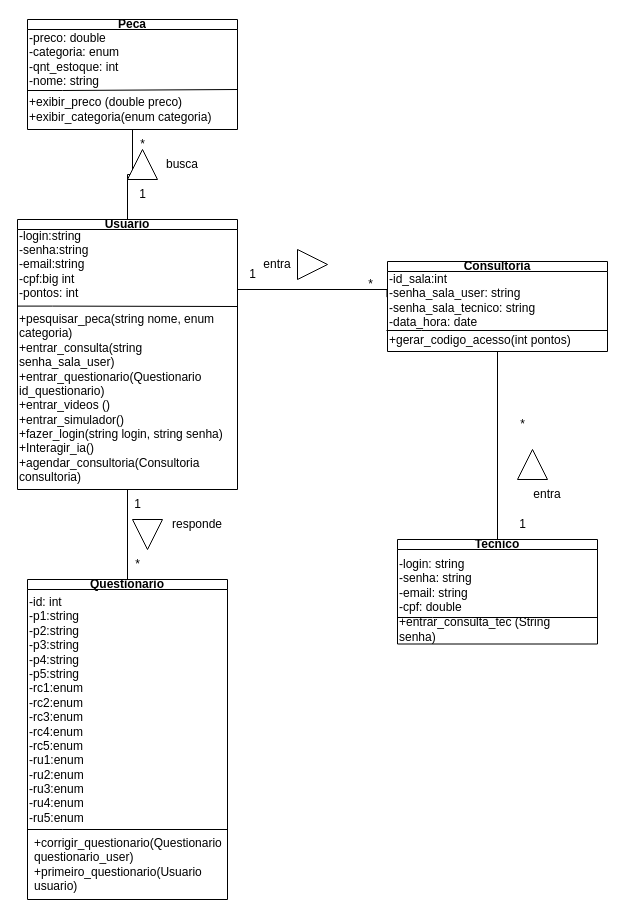
Above: page "Page-11" (11 of 12) of Diagrama sem nome.drawio in devguina/CEFET-Software_Engineering (draw.io), before the change. Source tidied: cells renumbered, new cells numbered last; positions are measured from the earlier drawing's top-left corner, leaving out a move shared by most shapes. Both pictures are drawn from the tidied source at 100%, with x=0, y=0 at pixel (17, 19).
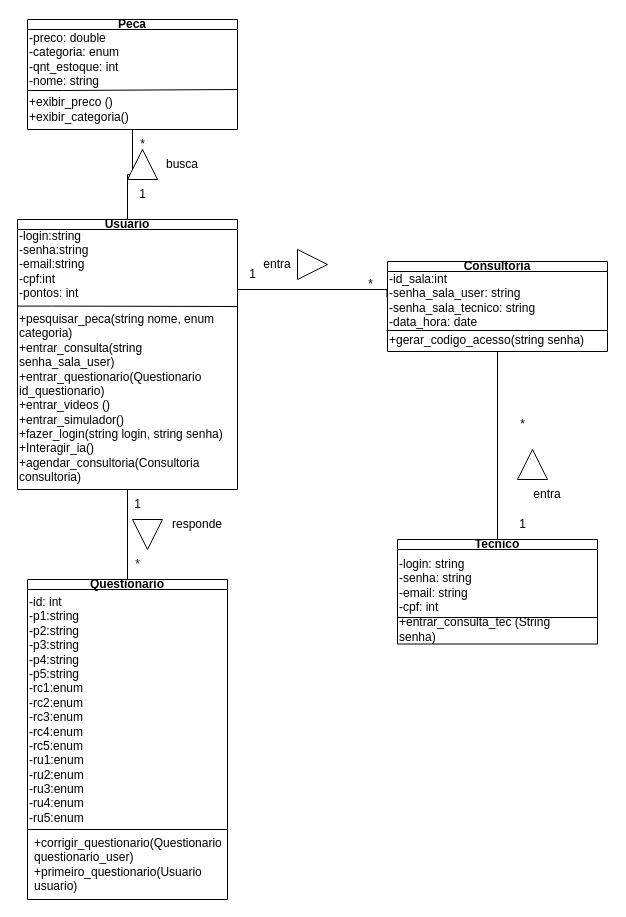
Above is the later version.

The change refers to these unchanged cells:
```xml
<mxCell id="3" value="Usuario" style="swimlane;whiteSpace=wrap;html=1;startSize=10;" parent="1" vertex="1">
  <mxGeometry y="200" width="220" height="270" as="geometry" />
</mxCell>
<mxCell id="16" value="Tecnico" style="swimlane;whiteSpace=wrap;html=1;startSize=10;" parent="1" vertex="1">
  <mxGeometry x="380" y="520" width="200" height="104.5" as="geometry" />
</mxCell>
<mxCell id="25" value="Peca" style="swimlane;whiteSpace=wrap;html=1;startSize=10;" parent="1" vertex="1">
  <mxGeometry x="10" width="210" height="110" as="geometry" />
</mxCell>
```

What changed in the source:
```diff
@@
-    <mxCell id="5" value="&lt;div&gt;-login:string&lt;/div&gt;&lt;div&gt;-senha:string&lt;/div&gt;&lt;div&gt;-email:string&lt;/div&gt;&lt;div&gt;-cpf:big int&lt;/div&gt;&lt;div&gt;-pontos: int&lt;/div&gt;" style="text;html=1;align=left;verticalAlign=middle;strokeColor=none;fillColor=none;" parent="3" vertex="1">
+    <mxCell id="5" value="&lt;div&gt;-login:string&lt;/div&gt;&lt;div&gt;-senha:string&lt;/div&gt;&lt;div&gt;-email:string&lt;/div&gt;&lt;div&gt;-cpf:int&lt;/div&gt;&lt;div&gt;-pontos: int&lt;/div&gt;" style="text;html=1;align=left;verticalAlign=middle;strokeColor=none;fillColor=none;" parent="3" vertex="1">
       <mxGeometry width="90" height="90" as="geometry" />
     </mxCell>
@@
-    <mxCell id="17" value="&lt;div&gt;-login: string&lt;/div&gt;&lt;div&gt;-senha: string&lt;/div&gt;&lt;div&gt;-email: string&lt;/div&gt;&lt;div&gt;-cpf: double&lt;/div&gt;" style="text;html=1;align=left;verticalAlign=middle;strokeColor=none;fillColor=none;" parent="16" vertex="1">
+    <mxCell id="17" value="&lt;div&gt;-login: string&lt;/div&gt;&lt;div&gt;-senha: string&lt;/div&gt;&lt;div&gt;-email: string&lt;/div&gt;&lt;div&gt;-cpf: int&lt;/div&gt;" style="text;html=1;align=left;verticalAlign=middle;strokeColor=none;fillColor=none;" parent="16" vertex="1">
       <mxGeometry y="10.5" width="100" height="70" as="geometry" />
     </mxCell>
@@
-    <mxCell id="28" value="+exibir_preco (double preco)&lt;div&gt;+exibir_categoria(enum categoria)&lt;/div&gt;" style="text;html=1;align=left;verticalAlign=middle;strokeColor=none;fillColor=none;" parent="25" vertex="1">
-      <mxGeometry y="70" width="210" height="40" as="geometry" />
+    <mxCell id="28" value="+exibir_preco ()&lt;div&gt;+exibir_categoria()&lt;/div&gt;" style="text;html=1;align=left;verticalAlign=middle;strokeColor=none;fillColor=none;" parent="25" vertex="1">
+      <mxGeometry y="70" width="120" height="40" as="geometry" />
     </mxCell>
@@
-    <mxCell id="41" value="&lt;div&gt;+gerar_codigo_acesso(int pontos)&lt;/div&gt;" style="text;html=1;align=left;verticalAlign=middle;whiteSpace=wrap;rounded=0;" parent="1" vertex="1">
+    <mxCell id="41" value="&lt;div&gt;+gerar_codigo_acesso(string senha)&lt;/div&gt;" style="text;html=1;align=left;verticalAlign=middle;whiteSpace=wrap;rounded=0;" parent="1" vertex="1">
       <mxGeometry x="370" y="285" width="220" height="72" as="geometry" />
     </mxCell>
```
